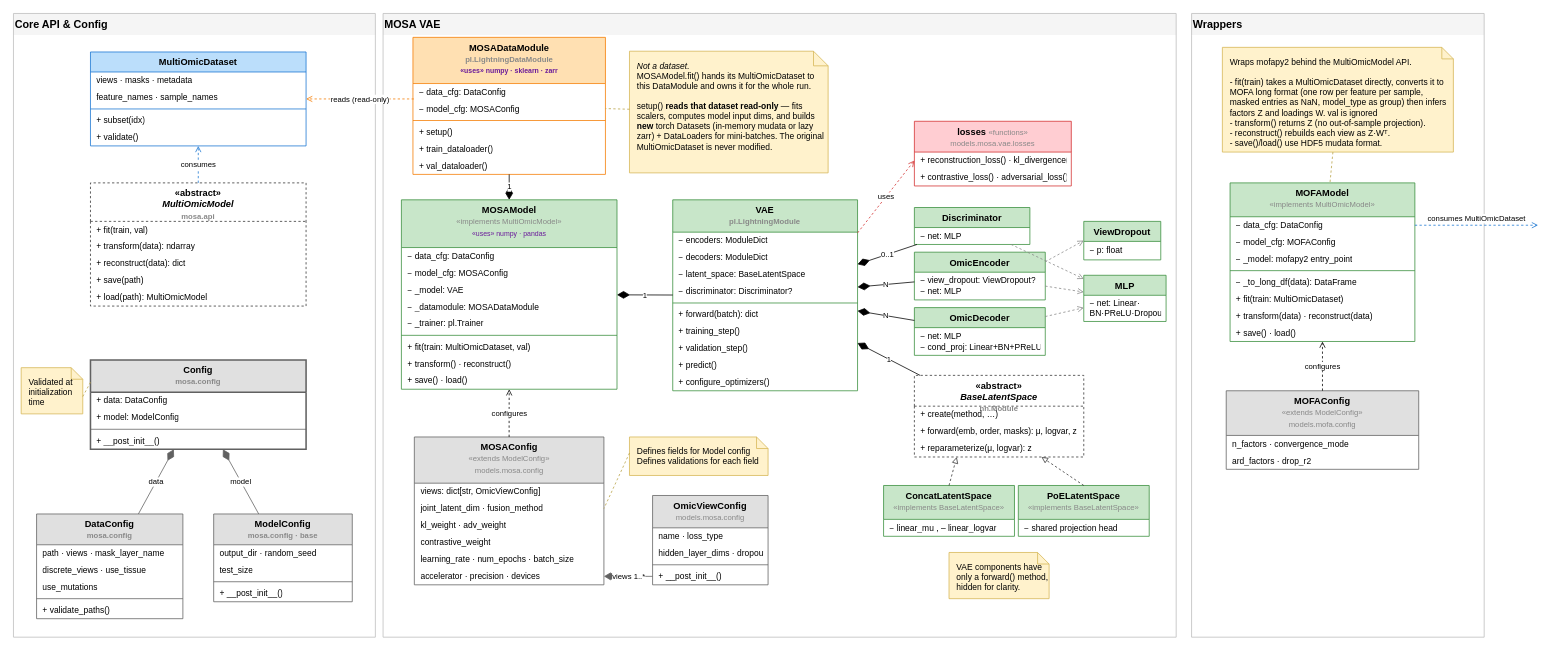
This is page "3. Class Diagram" (4 of 7) of docs/diagrams/mosa.drawio from QuantitativeBiology/mosa, a draw.io file, before an edit. Source tidied: cells renumbered, new cells numbered last; positions are measured from the earlier drawing's top-left corner, leaving out a move shared by most shapes. Both pictures are drawn from the tidied source at 77%, with x=0, y=0 at pixel (13, 13).
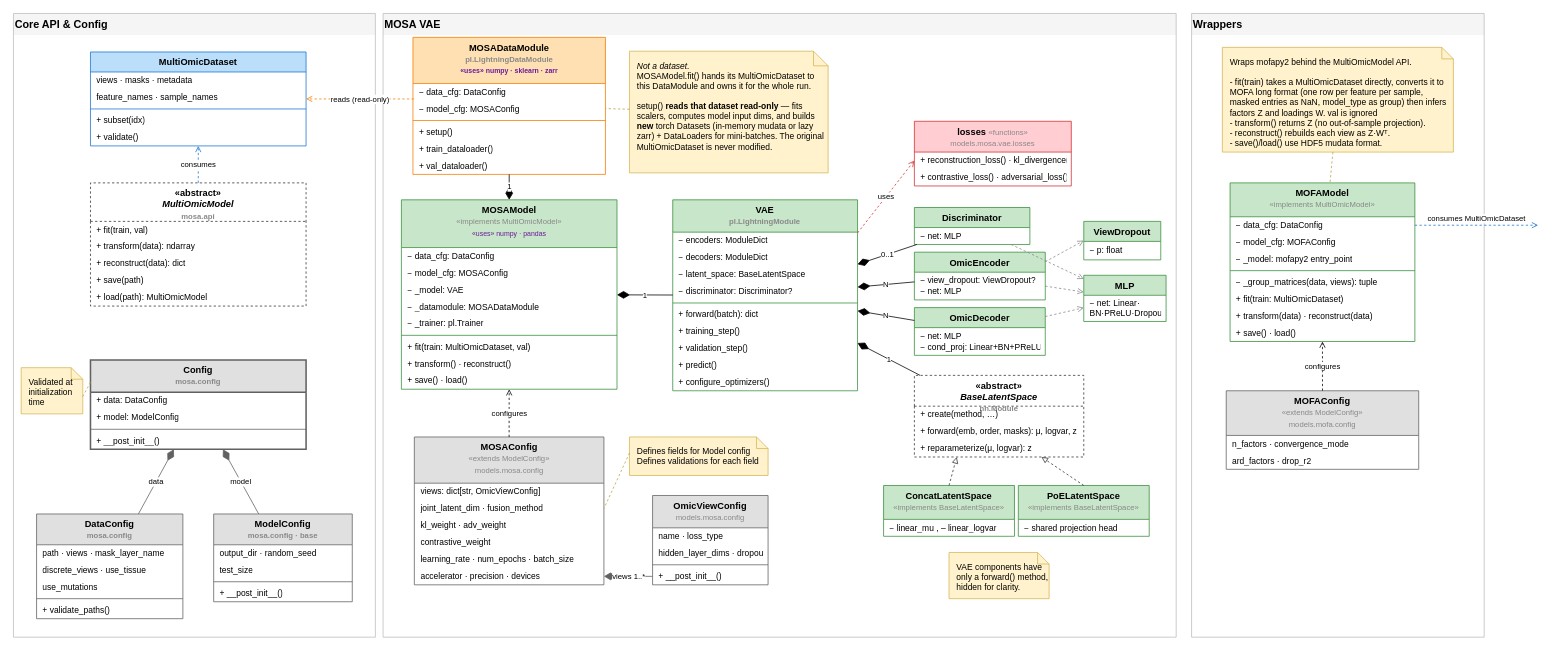
After the change.

Unchanged cells that the change refers to:
```xml
<mxCell id="119" value="&lt;b&gt;MOFAModel&lt;/b&gt;&lt;br&gt;&lt;font color='#888888' style='font-size:10px'&gt;«implements MultiOmicModel»&lt;/font&gt;" style="swimlane;html=1;fontStyle=0;align=center;verticalAlign=top;horizontal=1;startSize=44;whiteSpace=wrap;fillColor=#C8E6C9;strokeColor=#388E3C;" parent="118" vertex="1">
  <mxGeometry x="50" y="220" width="240" height="206" as="geometry" />
</mxCell>
```

Change to the diagram source:
```diff
@@
-    <mxCell id="124" value="− _to_long_df(data): DataFrame" style="text;html=1;strokeColor=none;fillColor=none;align=left;verticalAlign=middle;spacingLeft=6;spacingRight=6;overflow=hidden;fontSize=11;" parent="119" vertex="1">
+    <mxCell id="124" value="− _group_matrices(data, views): tuple" style="text;html=1;strokeColor=none;fillColor=none;align=left;verticalAlign=middle;spacingLeft=6;spacingRight=6;overflow=hidden;fontSize=11;" parent="119" vertex="1">
       <mxGeometry y="118" width="240" height="22" as="geometry" />
     </mxCell>
```
